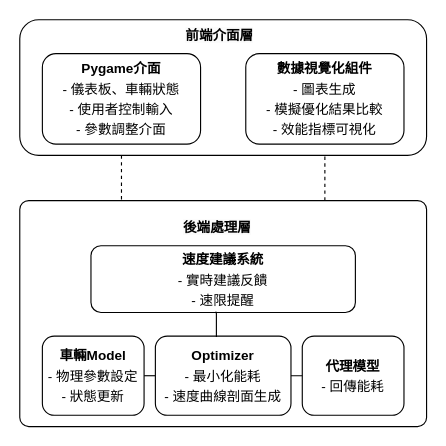
This is page "第 1 页" (1 of 5) of 優化器模擬器互動.drawio from lai20021015/Automobile-energy-consumption-detector, a draw.io file, before an edit. Source tidied: cells renumbered, new cells numbered last; positions are measured from the earlier drawing's top-left corner, leaving out a move shared by most shapes. Both pictures are drawn from the tidied source at 113%, with x=0, y=0 at pixel (19, 19).
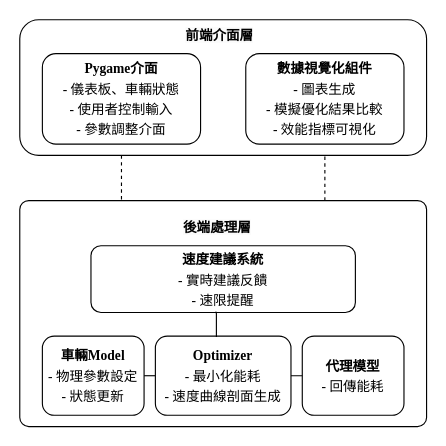
After the change.

Change to the diagram source:
```diff
@@
 <mxGraphModel>
   <root>
     <mxCell id="0" />
     <mxCell id="1" parent="0" />
     <mxCell id="2" style="edgeStyle=orthogonalEdgeStyle;rounded=0;jettySize=auto;html=1;exitX=0.75;exitY=0;exitDx=0;exitDy=0;entryX=0.75;entryY=1;entryDx=0;entryDy=0;strokeColor=default;endArrow=none;startFill=0;dashed=1;" parent="1" edge="1" source="3" target="5">
       <mxGeometry relative="1" as="geometry" />
     </mxCell>
     <mxCell id="3" style="rounded=1;whiteSpace=wrap;html=1;arcSize=4;" parent="1" vertex="1">
       <mxGeometry y="160" width="360" height="200" as="geometry" />
     </mxCell>
     <mxCell id="4" style="edgeStyle=orthogonalEdgeStyle;rounded=0;jettySize=auto;html=1;exitX=0.25;exitY=1;exitDx=0;exitDy=0;entryX=0.25;entryY=0;entryDx=0;entryDy=0;endArrow=none;startFill=0;dashed=1;" parent="1" edge="1" source="5" target="3">
       <mxGeometry relative="1" as="geometry" />
     </mxCell>
     <mxCell id="5" style="rounded=1;whiteSpace=wrap;html=1;arcSize=14;" parent="1" vertex="1">
       <mxGeometry width="360" height="120" as="geometry" />
     </mxCell>
-    <mxCell id="6" value="&lt;div style=&quot;line-height: 150%;&quot;&gt;&lt;b&gt;Pygame介面&lt;/b&gt;&lt;div&gt;- 儀表板、車輛狀態&lt;/div&gt;&lt;div&gt;- 使用者控制輸入&lt;/div&gt;&lt;div&gt;- 參數調整介面&lt;/div&gt;&lt;/div&gt;" style="rounded=1;whiteSpace=wrap;html=1;" parent="1" vertex="1">
+    <mxCell id="6" value="&lt;div style=&quot;line-height: 150%;&quot;&gt;&lt;b&gt;Pygame介面&lt;/b&gt;&lt;div&gt;- 儀表板、車輛狀態&lt;/div&gt;&lt;div&gt;- 使用者控制輸入&lt;/div&gt;&lt;div&gt;- 參數調整介面&lt;/div&gt;&lt;/div&gt;" style="rounded=1;whiteSpace=wrap;html=1;fontFamily=Times New Roman;" parent="1" vertex="1">
       <mxGeometry x="20" y="30" width="140" height="80" as="geometry" />
     </mxCell>
-    <mxCell id="7" value="&lt;span style=&quot;color: rgb(0, 0, 0); font-family: Helvetica; font-size: 12px; font-style: normal; font-variant-ligatures: normal; font-variant-caps: normal; letter-spacing: normal; orphans: 2; text-align: center; text-indent: 0px; text-transform: none; widows: 2; word-spacing: 0px; -webkit-text-stroke-width: 0px; white-space: normal; background-color: rgb(251, 251, 251); text-decoration-thickness: initial; text-decoration-style: initial; text-decoration-color: initial; float: none; display: inline !important;&quot;&gt;&lt;b&gt;前端介面層&lt;/b&gt;&lt;/span&gt;" style="text;whiteSpace=wrap;html=1;rounded=1;" parent="1" vertex="1">
+    <mxCell id="7" value="&lt;span style=&quot;color: rgb(0, 0, 0); font-size: 12px; font-style: normal; font-variant-ligatures: normal; font-variant-caps: normal; letter-spacing: normal; orphans: 2; text-align: center; text-indent: 0px; text-transform: none; widows: 2; word-spacing: 0px; -webkit-text-stroke-width: 0px; white-space: normal; background-color: rgb(251, 251, 251); text-decoration-thickness: initial; text-decoration-style: initial; text-decoration-color: initial; float: none; display: inline !important;&quot;&gt;&lt;b&gt;&lt;font face=&quot;Times New Roman&quot;&gt;前端介面層&lt;/font&gt;&lt;/b&gt;&lt;/span&gt;" style="text;whiteSpace=wrap;html=1;rounded=1;" parent="1" vertex="1">
       <mxGeometry x="145" width="70" height="30" as="geometry" />
     </mxCell>
-    <mxCell id="8" value="&lt;div style=&quot;line-height: 150%;&quot;&gt;&lt;b&gt;數據視覺化組件&lt;/b&gt;&lt;div&gt;- 圖表生成&lt;/div&gt;&lt;div&gt;- 模擬優化結果比較&lt;/div&gt;&lt;div&gt;- 效能指標可視化&lt;/div&gt;&lt;/div&gt;" style="rounded=1;whiteSpace=wrap;html=1;" parent="1" vertex="1">
+    <mxCell id="8" value="&lt;div style=&quot;line-height: 150%;&quot;&gt;&lt;b&gt;&lt;font face=&quot;Times New Roman&quot;&gt;數據視覺化組件&lt;/font&gt;&lt;/b&gt;&lt;div&gt;&lt;font face=&quot;Times New Roman&quot;&gt;- 圖表生成&lt;/font&gt;&lt;/div&gt;&lt;div&gt;&lt;font face=&quot;Times New Roman&quot;&gt;- 模擬優化結果比較&lt;/font&gt;&lt;/div&gt;&lt;div&gt;&lt;font face=&quot;Times New Roman&quot;&gt;- 效能指標可視化&lt;/font&gt;&lt;/div&gt;&lt;/div&gt;" style="rounded=1;whiteSpace=wrap;html=1;" parent="1" vertex="1">
       <mxGeometry x="200" y="30" width="140" height="80" as="geometry" />
     </mxCell>
-    <mxCell id="9" value="&lt;span style=&quot;color: rgb(0, 0, 0); font-family: Helvetica; font-size: 12px; font-style: normal; font-variant-ligatures: normal; font-variant-caps: normal; letter-spacing: normal; orphans: 2; text-align: center; text-indent: 0px; text-transform: none; widows: 2; word-spacing: 0px; -webkit-text-stroke-width: 0px; white-space: normal; background-color: rgb(251, 251, 251); text-decoration-thickness: initial; text-decoration-style: initial; text-decoration-color: initial; float: none; display: inline !important;&quot;&gt;&lt;b&gt;後端處理層&lt;/b&gt;&lt;/span&gt;" style="text;whiteSpace=wrap;html=1;" parent="1" vertex="1">
+    <mxCell id="9" value="&lt;span style=&quot;color: rgb(0, 0, 0); font-size: 12px; font-style: normal; font-variant-ligatures: normal; font-variant-caps: normal; letter-spacing: normal; orphans: 2; text-align: center; text-indent: 0px; text-transform: none; widows: 2; word-spacing: 0px; -webkit-text-stroke-width: 0px; white-space: normal; background-color: rgb(251, 251, 251); text-decoration-thickness: initial; text-decoration-style: initial; text-decoration-color: initial; float: none; display: inline !important;&quot;&gt;&lt;b&gt;後端處理層&lt;/b&gt;&lt;/span&gt;" style="text;whiteSpace=wrap;html=1;fontFamily=Times New Roman;" parent="1" vertex="1">
       <mxGeometry x="143" y="170" width="70" height="20" as="geometry" />
     </mxCell>
     <mxCell id="10" style="edgeStyle=orthogonalEdgeStyle;rounded=0;jettySize=auto;html=1;exitX=1;exitY=0.5;exitDx=0;exitDy=0;entryX=0;entryY=0.5;entryDx=0;entryDy=0;endArrow=none;startFill=0;" parent="1" edge="1" source="11" target="13">
       <mxGeometry relative="1" as="geometry" />
     </mxCell>
-    <mxCell id="11" value="&lt;div style=&quot;line-height: 150%;&quot;&gt;&lt;font&gt;&lt;b&gt;車輛Model&lt;/b&gt;&lt;br&gt;&lt;/font&gt;&lt;div&gt;&lt;font&gt;- 物理參數設定&lt;/font&gt;&lt;/div&gt;&lt;div&gt;&lt;font&gt;&lt;font&gt;- 狀態更新&lt;/font&gt;&lt;/font&gt;&lt;/div&gt;&lt;/div&gt;" style="rounded=1;whiteSpace=wrap;html=1;" parent="1" vertex="1">
+    <mxCell id="11" value="&lt;div style=&quot;line-height: 150%;&quot;&gt;&lt;font&gt;&lt;b&gt;車輛Model&lt;/b&gt;&lt;br&gt;&lt;/font&gt;&lt;div&gt;&lt;font&gt;- 物理參數設定&lt;/font&gt;&lt;/div&gt;&lt;div&gt;&lt;font&gt;&lt;font&gt;- 狀態更新&lt;/font&gt;&lt;/font&gt;&lt;/div&gt;&lt;/div&gt;" style="rounded=1;whiteSpace=wrap;html=1;fontFamily=Times New Roman;" parent="1" vertex="1">
       <mxGeometry x="20" y="280" width="90" height="70" as="geometry" />
     </mxCell>
     <mxCell id="12" style="edgeStyle=orthogonalEdgeStyle;rounded=0;jettySize=auto;html=1;entryX=0;entryY=0.5;entryDx=0;entryDy=0;strokeWidth=1;endArrow=none;startFill=0;" parent="1" edge="1" source="13" target="16">
       <mxGeometry relative="1" as="geometry" />
     </mxCell>
-    <mxCell id="13" value="&lt;div style=&quot;line-height: 150%;&quot;&gt;&lt;font&gt;&lt;b&gt;Optimizer&lt;/b&gt;&lt;br&gt;&lt;/font&gt;&lt;div&gt;&lt;font&gt;- 最小化能耗&lt;/font&gt;&lt;/div&gt;&lt;div&gt;&lt;font&gt;- 速度曲線剖面生成&lt;/font&gt;&lt;/div&gt;&lt;/div&gt;" style="rounded=1;whiteSpace=wrap;html=1;" parent="1" vertex="1">
+    <mxCell id="13" value="&lt;div style=&quot;line-height: 150%;&quot;&gt;&lt;font&gt;&lt;b&gt;Optimizer&lt;/b&gt;&lt;br&gt;&lt;/font&gt;&lt;div&gt;&lt;font&gt;- 最小化能耗&lt;/font&gt;&lt;/div&gt;&lt;div&gt;&lt;font&gt;- 速度曲線剖面生成&lt;/font&gt;&lt;/div&gt;&lt;/div&gt;" style="rounded=1;whiteSpace=wrap;html=1;fontFamily=Times New Roman;" parent="1" vertex="1">
       <mxGeometry x="120" y="280" width="120" height="70" as="geometry" />
     </mxCell>
-    <mxCell id="14" value="&lt;div style=&quot;line-height: 150%;&quot;&gt;&lt;b&gt;速度建議系統&lt;/b&gt;&lt;br&gt;&lt;div&gt;- 實時建議反饋&lt;/div&gt;&lt;div&gt;- 速限提醒&lt;/div&gt;&lt;/div&gt;" style="rounded=1;whiteSpace=wrap;html=1;" parent="1" vertex="1">
+    <mxCell id="14" value="&lt;div style=&quot;line-height: 150%;&quot;&gt;&lt;b&gt;速度建議系統&lt;/b&gt;&lt;br&gt;&lt;div&gt;- 實時建議反饋&lt;/div&gt;&lt;div&gt;- 速限提醒&lt;/div&gt;&lt;/div&gt;" style="rounded=1;whiteSpace=wrap;html=1;fontFamily=Times New Roman;" parent="1" vertex="1">
       <mxGeometry x="63" y="200" width="234" height="59" as="geometry" />
     </mxCell>
     <mxCell id="15" style="edgeStyle=orthogonalEdgeStyle;rounded=0;jettySize=auto;html=1;endArrow=none;startFill=0;exitX=0.45;exitY=0.01;exitDx=0;exitDy=0;exitPerimeter=0;entryX=0.472;entryY=0.987;entryDx=0;entryDy=0;entryPerimeter=0;" parent="1" edge="1" source="13" target="14">
       <mxGeometry relative="1" as="geometry">
         <Array as="points">
           <mxPoint x="174" y="260" />
         </Array>
       </mxGeometry>
     </mxCell>
-    <mxCell id="16" value="&lt;div style=&quot;line-height: 150%;&quot;&gt;&lt;font&gt;&lt;b style=&quot;&quot;&gt;代理模型&lt;/b&gt;&lt;br&gt;&lt;/font&gt;&lt;div&gt;&lt;font&gt;- 回傳能耗&lt;/font&gt;&lt;/div&gt;&lt;/div&gt;" style="rounded=1;whiteSpace=wrap;html=1;" parent="1" vertex="1">
+    <mxCell id="16" value="&lt;div style=&quot;line-height: 150%;&quot;&gt;&lt;font&gt;&lt;b style=&quot;&quot;&gt;代理模型&lt;/b&gt;&lt;br&gt;&lt;/font&gt;&lt;div&gt;&lt;font&gt;- 回傳能耗&lt;/font&gt;&lt;/div&gt;&lt;/div&gt;" style="rounded=1;whiteSpace=wrap;html=1;fontFamily=Times New Roman;" parent="1" vertex="1">
       <mxGeometry x="250" y="280" width="90" height="70" as="geometry" />
     </mxCell>
   </root>
 </mxGraphModel>
```
